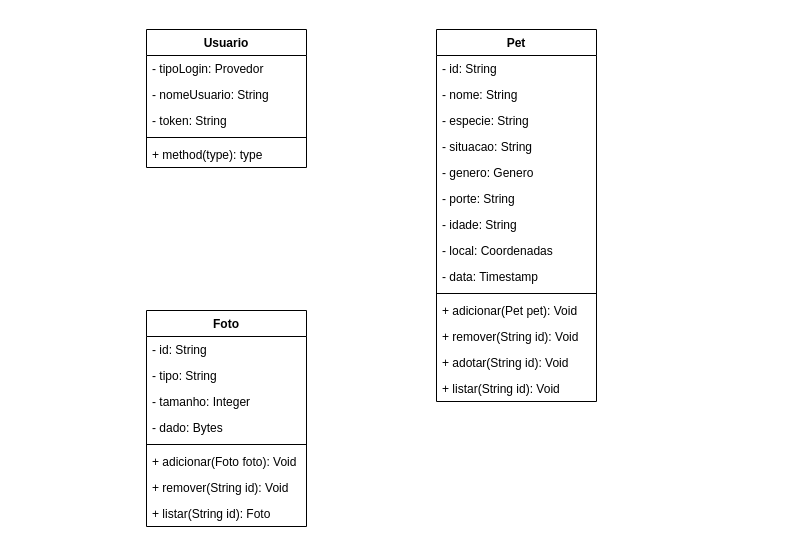
viniciussilverio/petsgo keeps this draw.io diagram as Diagrama de Classe.drawio. Above is the earlier version. Source tidied: cells renumbered, new cells numbered last; positions are measured from the earlier drawing's top-left corner, leaving out a move shared by most shapes. Both pictures are drawn from the tidied source at 100%, with x=0, y=0 at pixel (146, 29).
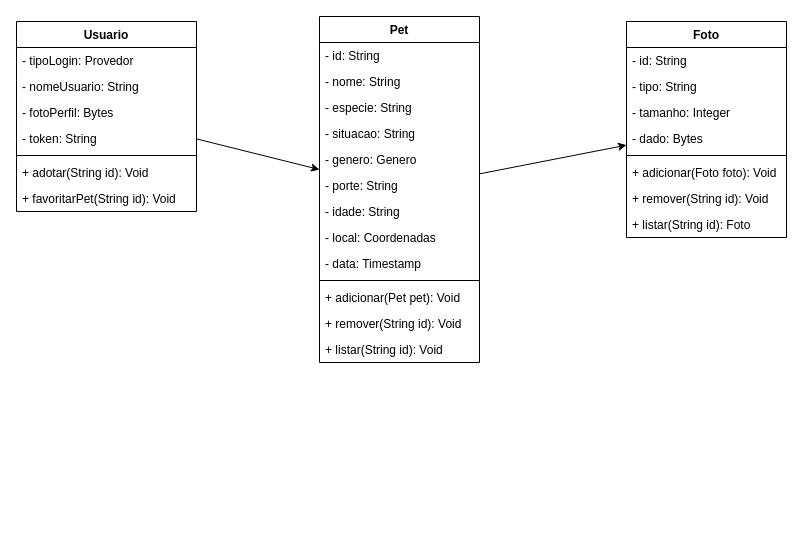
The same page after the edit.

Change to the diagram source:
```diff
@@
-    <mxCell id="2" value="Usuario" style="swimlane;fontStyle=1;align=center;verticalAlign=top;horizontal=1;startSize=26;" parent="1" vertex="1">
-      <mxGeometry width="160" height="138" as="geometry" />
-    </mxCell>
-    <mxCell id="3" value="- tipoLogin: Provedor&#10;" style="text;strokeColor=none;fillColor=none;align=left;verticalAlign=top;spacingLeft=4;spacingRight=4;overflow=hidden;" parent="2" vertex="1">
-      <mxGeometry y="26" width="160" height="26" as="geometry" />
-    </mxCell>
-    <mxCell id="4" value="- nomeUsuario: String&#10;" style="text;strokeColor=none;fillColor=none;align=left;verticalAlign=top;spacingLeft=4;spacingRight=4;overflow=hidden;" parent="2" vertex="1">
-      <mxGeometry y="52" width="160" height="26" as="geometry" />
-    </mxCell>
-    <mxCell id="5" value="- token: String&#10;" style="text;strokeColor=none;fillColor=none;align=left;verticalAlign=top;spacingLeft=4;spacingRight=4;overflow=hidden;" parent="2" vertex="1">
-      <mxGeometry y="78" width="160" height="26" as="geometry" />
-    </mxCell>
-    <mxCell id="6" style="line;strokeWidth=1;fillColor=none;align=left;verticalAlign=middle;spacingTop=-1;spacingLeft=3;spacingRight=3;labelPosition=right;" parent="2" vertex="1">
-      <mxGeometry y="104" width="160" height="8" as="geometry" />
-    </mxCell>
-    <mxCell id="7" value="+ method(type): type" style="text;strokeColor=none;fillColor=none;align=left;verticalAlign=top;spacingLeft=4;spacingRight=4;overflow=hidden;" parent="2" vertex="1">
-      <mxGeometry y="112" width="160" height="26" as="geometry" />
-    </mxCell>
     <mxCell id="8" value="Pet" style="swimlane;fontStyle=1;align=center;verticalAlign=top;horizontal=1;startSize=26;" parent="1" vertex="1">
-      <mxGeometry x="290" width="160" height="372" as="geometry" />
+      <mxGeometry x="173" y="-13" width="160" height="346" as="geometry" />
     </mxCell>
@@
-    <mxCell id="21" value="+ adotar(String id): Void" style="text;strokeColor=none;fillColor=none;align=left;verticalAlign=top;spacingLeft=4;spacingRight=4;overflow=hidden;" parent="8" vertex="1">
-      <mxGeometry y="320" width="160" height="26" as="geometry" />
-    </mxCell>
     <mxCell id="22" value="+ listar(String id): Void" style="text;strokeColor=none;fillColor=none;align=left;verticalAlign=top;spacingLeft=4;spacingRight=4;overflow=hidden;" parent="8" vertex="1">
-      <mxGeometry y="346" width="160" height="26" as="geometry" />
+      <mxGeometry y="320" width="160" height="26" as="geometry" />
     </mxCell>
     <mxCell id="23" value="Foto" style="swimlane;fontStyle=1;align=center;verticalAlign=top;horizontal=1;startSize=26;" parent="1" vertex="1">
-      <mxGeometry y="281" width="160" height="216" as="geometry" />
+      <mxGeometry x="480" y="-8" width="160" height="216" as="geometry" />
     </mxCell>
@@
+    <mxCell id="32" style="endArrow=classic;html=1;" parent="1" edge="1" source="2" target="8">
+      <mxGeometry relative="1" as="geometry" />
+    </mxCell>
+    <mxCell id="33" style="endArrow=classic;html=1;" parent="1" edge="1" source="8" target="23">
+      <mxGeometry relative="1" as="geometry" />
+    </mxCell>
+    <mxCell id="2" value="Usuario" style="swimlane;fontStyle=1;align=center;verticalAlign=top;horizontal=1;startSize=26;" parent="1" vertex="1">
+      <mxGeometry x="-130" y="-8" width="180" height="190" as="geometry" />
+    </mxCell>
+    <mxCell id="3" value="- tipoLogin: Provedor&#10;" style="text;strokeColor=none;fillColor=none;align=left;verticalAlign=top;spacingLeft=4;spacingRight=4;overflow=hidden;" parent="2" vertex="1">
+      <mxGeometry y="26" width="180" height="26" as="geometry" />
+    </mxCell>
+    <mxCell id="4" value="- nomeUsuario: String&#10;" style="text;strokeColor=none;fillColor=none;align=left;verticalAlign=top;spacingLeft=4;spacingRight=4;overflow=hidden;" parent="2" vertex="1">
+      <mxGeometry y="52" width="180" height="26" as="geometry" />
+    </mxCell>
+    <mxCell id="34" value="- fotoPerfil: Bytes&#10;" style="text;strokeColor=none;fillColor=none;align=left;verticalAlign=top;spacingLeft=4;spacingRight=4;overflow=hidden;" parent="2" vertex="1">
+      <mxGeometry y="78" width="180" height="26" as="geometry" />
+    </mxCell>
+    <mxCell id="5" value="- token: String&#10;" style="text;strokeColor=none;fillColor=none;align=left;verticalAlign=top;spacingLeft=4;spacingRight=4;overflow=hidden;" parent="2" vertex="1">
+      <mxGeometry y="104" width="180" height="26" as="geometry" />
+    </mxCell>
+    <mxCell id="35" style="line;strokeWidth=1;fillColor=none;align=left;verticalAlign=middle;spacingTop=-1;spacingLeft=3;spacingRight=3;labelPosition=right;" parent="2" vertex="1">
+      <mxGeometry y="130" width="180" height="8" as="geometry" />
+    </mxCell>
+    <mxCell id="21" value="+ adotar(String id): Void" style="text;strokeColor=none;fillColor=none;align=left;verticalAlign=top;spacingLeft=4;spacingRight=4;overflow=hidden;" parent="2" vertex="1">
+      <mxGeometry y="138" width="180" height="26" as="geometry" />
+    </mxCell>
+    <mxCell id="36" value="+ favoritarPet(String id): Void" style="text;strokeColor=none;fillColor=none;align=left;verticalAlign=top;spacingLeft=4;spacingRight=4;overflow=hidden;" parent="2" vertex="1">
+      <mxGeometry y="164" width="180" height="26" as="geometry" />
+    </mxCell>
```
